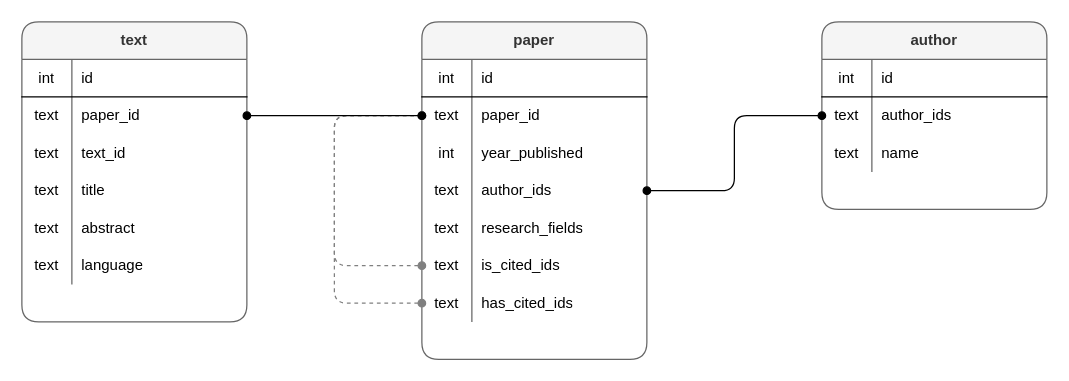
The draw.io diagram readme_files/database_schema.drawio in zushicat/scholar-data-ingest, before the edit. Source tidied: cells renumbered, new cells numbered last; positions are measured from the earlier drawing's top-left corner, leaving out a move shared by most shapes. Both pictures are drawn from the tidied source at 125%, with x=0, y=0 at pixel (21, 21).
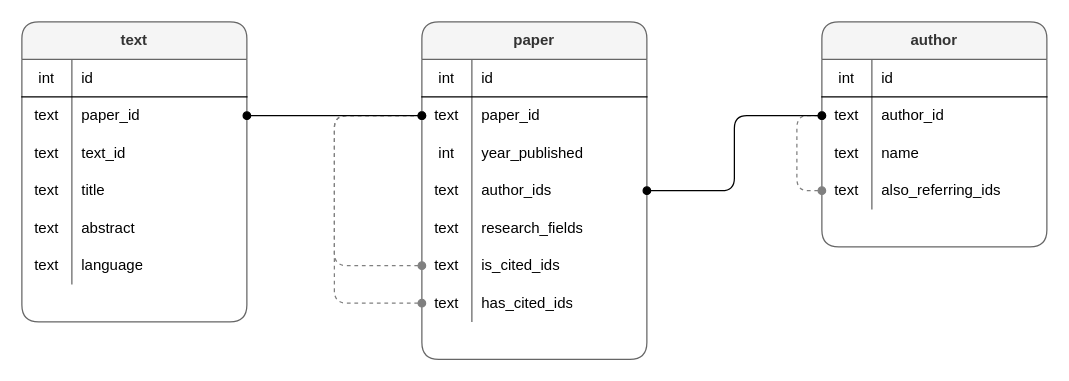
Above is the later version.

The change refers to these unchanged cells:
```xml
<mxCell id="25" style="shape=partialRectangle;html=1;whiteSpace=wrap;fillColor=none;top=0;left=0;bottom=0;right=0;points=[[0,0.5],[1,0.5]];portConstraint=eastwest;" parent="21" vertex="1">
  <mxGeometry y="60" width="180" height="30" as="geometry" />
</mxCell>
```

The edit, as a diff of the source:
```diff
@@
     <mxCell id="21" value="author" style="shape=table;html=1;whiteSpace=wrap;startSize=30;childLayout=tableLayout;rowLines=0;fontStyle=1;align=center;rounded=1;fillColor=#f5f5f5;strokeColor=#666666;fontColor=#333333;" parent="1" vertex="1">
-      <mxGeometry x="640" width="180" height="150" as="geometry" />
+      <mxGeometry x="640" width="180" height="180" as="geometry" />
     </mxCell>
@@
-    <mxCell id="27" value="author_ids" style="shape=partialRectangle;html=1;whiteSpace=wrap;fillColor=none;top=0;left=0;bottom=0;right=0;align=left;spacingLeft=6;overflow=hidden;" parent="25" vertex="1">
+    <mxCell id="27" value="author_id" style="shape=partialRectangle;html=1;whiteSpace=wrap;fillColor=none;top=0;left=0;bottom=0;right=0;align=left;spacingLeft=6;overflow=hidden;" parent="25" vertex="1">
       <mxGeometry x="40" width="140" height="30" as="geometry" />
     </mxCell>
@@
+    <mxCell id="57" style="edgeStyle=orthogonalEdgeStyle;rounded=1;jettySize=auto;html=1;entryX=0;entryY=0.5;entryDx=0;entryDy=0;startArrow=oval;startFill=1;endArrow=oval;endFill=1;dashed=1;strokeColor=#808080;" parent="21" edge="1" source="58" target="25">
+      <mxGeometry relative="1" as="geometry" />
+    </mxCell>
+    <mxCell id="58" style="shape=partialRectangle;html=1;whiteSpace=wrap;fillColor=none;top=0;left=0;bottom=0;right=0;points=[[0,0.5],[1,0.5]];portConstraint=eastwest;" parent="21" vertex="1">
+      <mxGeometry y="120" width="180" height="30" as="geometry" />
+    </mxCell>
+    <mxCell id="59" value="text" style="shape=partialRectangle;html=1;whiteSpace=wrap;fillColor=none;top=0;left=0;bottom=0;right=0;overflow=hidden;" parent="58" vertex="1">
+      <mxGeometry width="40" height="30" as="geometry" />
+    </mxCell>
+    <mxCell id="60" value="also_referring_ids" style="shape=partialRectangle;html=1;whiteSpace=wrap;fillColor=none;top=0;left=0;bottom=0;right=0;align=left;spacingLeft=6;overflow=hidden;" parent="58" vertex="1">
+      <mxGeometry x="40" width="140" height="30" as="geometry" />
+    </mxCell>
```
